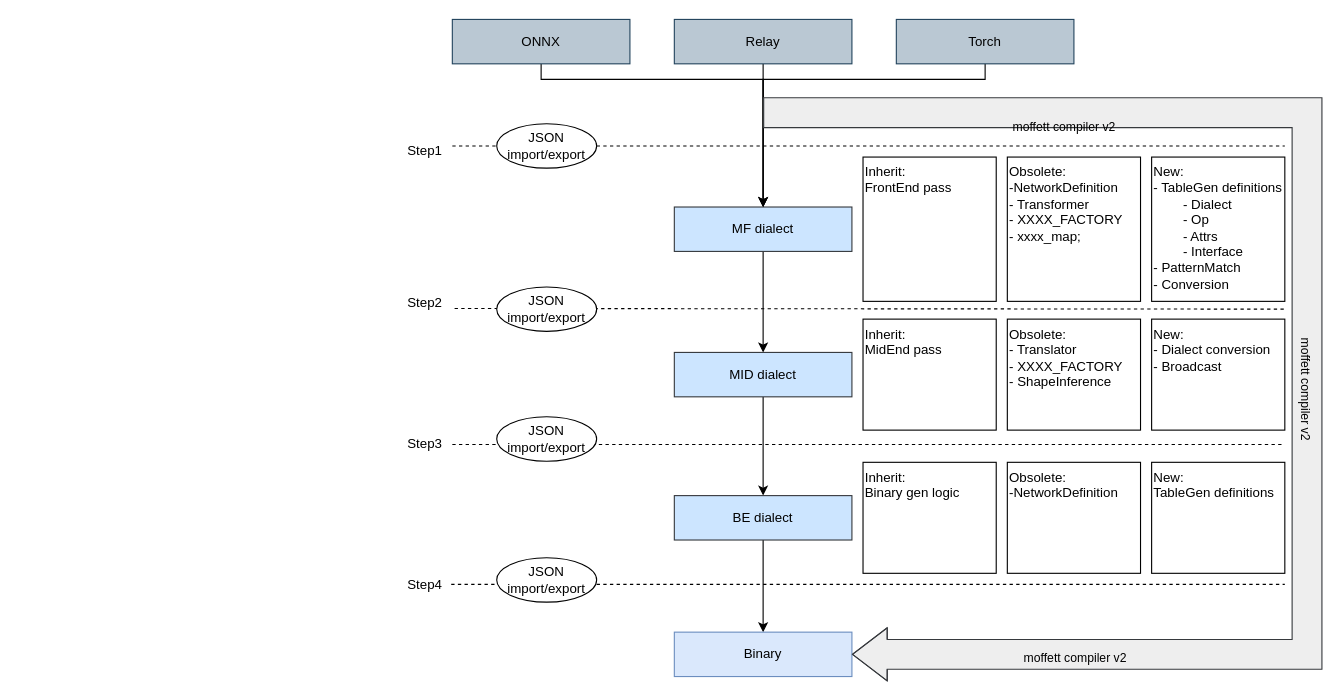
Before: draw/compiler flow.drawio in dracohan/jmhan.github.io, a draw.io diagram. Source tidied: cells renumbered, new cells numbered last; positions are measured from the earlier drawing's top-left corner, leaving out a move shared by most shapes. Both pictures are drawn from the tidied source at 111%, with x=0, y=0 at pixel (396, 19).
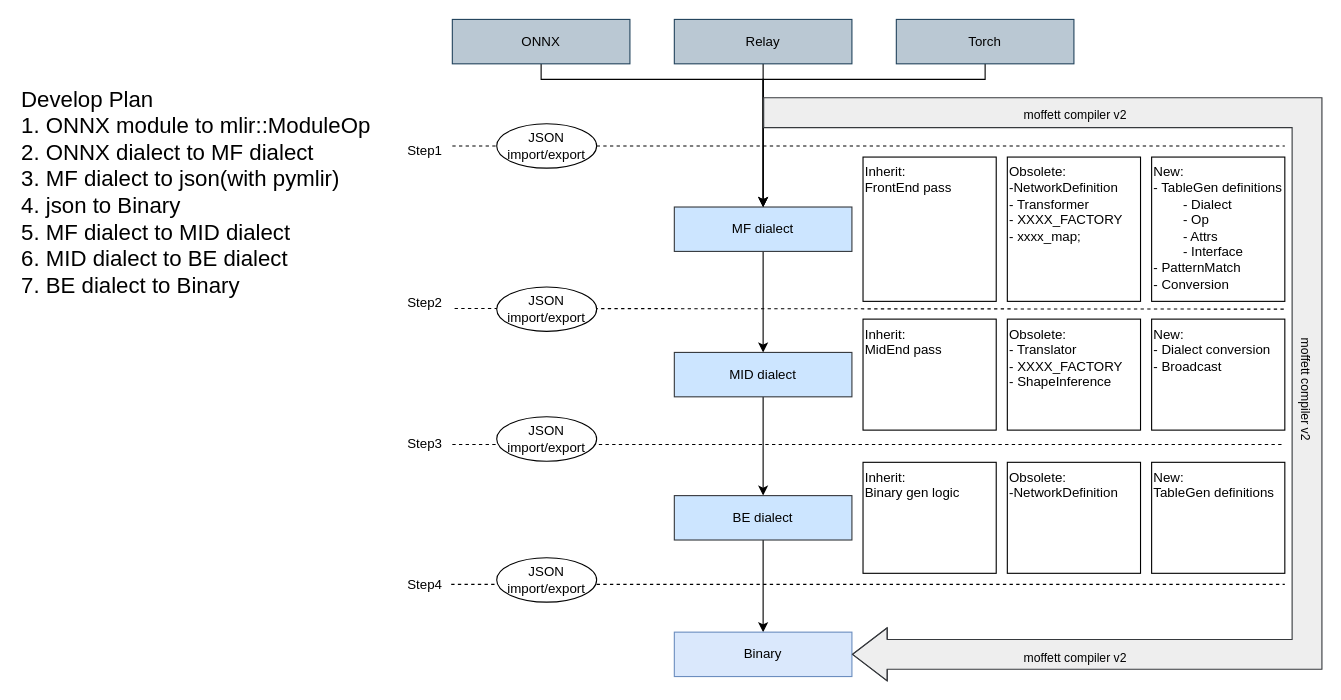
Above is the later version.

The change refers to these unchanged cells:
```xml
<mxCell id="29" style="shape=flexArrow;endArrow=classic;html=1;rounded=0;entryX=1;entryY=0.5;entryDx=0;entryDy=0;fillColor=#eeeeee;strokeColor=#36393d;width=26.857142857142858;endSize=10.097142857142858;" parent="1" edge="1" target="21">
  <mxGeometry relative="1" as="geometry">
    <mxPoint x="330" y="84" as="sourcePoint" />
    <Array as="points">
      <mxPoint x="820" y="84" />
      <mxPoint x="820" y="324" />
      <mxPoint x="820" y="572" />
    </Array>
  </mxGeometry>
</mxCell>
```

What changed in the source:
```diff
@@
     <mxCell id="30" value="moffett compiler v2" style="edgeLabel;html=1;align=center;verticalAlign=middle;labelBackgroundColor=none;" parent="29" vertex="1">
       <mxGeometry x="-0.12" relative="1" as="geometry">
-        <mxPoint x="-220" y="-109" as="offset" />
+        <mxPoint x="-210" y="-120" as="offset" />
       </mxGeometry>
     </mxCell>
@@
+    <mxCell id="42" value="Develop Plan&lt;br&gt;1. ONNX module to mlir::ModuleOp&lt;br&gt;2. ONNX dialect to MF dialect&lt;br&gt;3. MF dialect to json(with pymlir)&lt;br&gt;4. json to Binary&lt;br&gt;5. MF dialect to MID dialect&lt;br&gt;6. MID dialect to BE dialect&lt;br&gt;7. BE dialect to Binary" style="text;html=1;align=left;verticalAlign=middle;strokeColor=none;fillColor=none;fontSize=20;" parent="1" vertex="1">
+      <mxGeometry x="-340" y="50" width="340" height="210" as="geometry" />
+    </mxCell>
```
